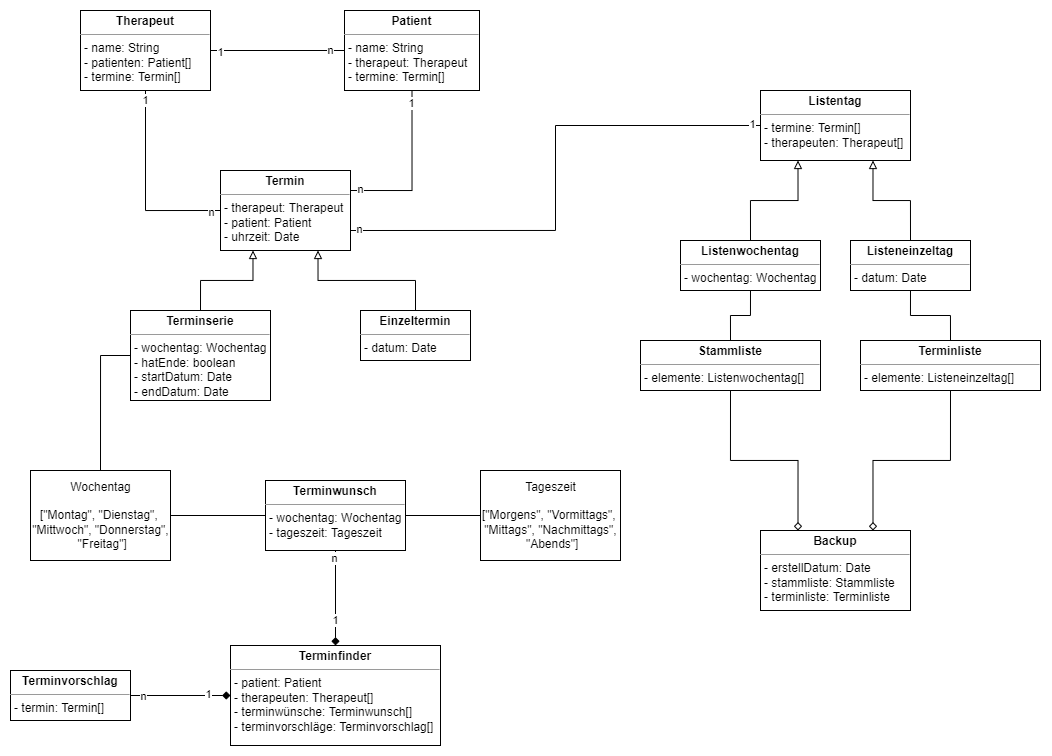
Earlier version of the draw.io export docs/systemarchitecture/Class Model.png (astrutz/physiocalendar). Source tidied: cells renumbered, new cells last; positions are measured from the earlier drawing's top-left corner, leaving out a move shared by most shapes.
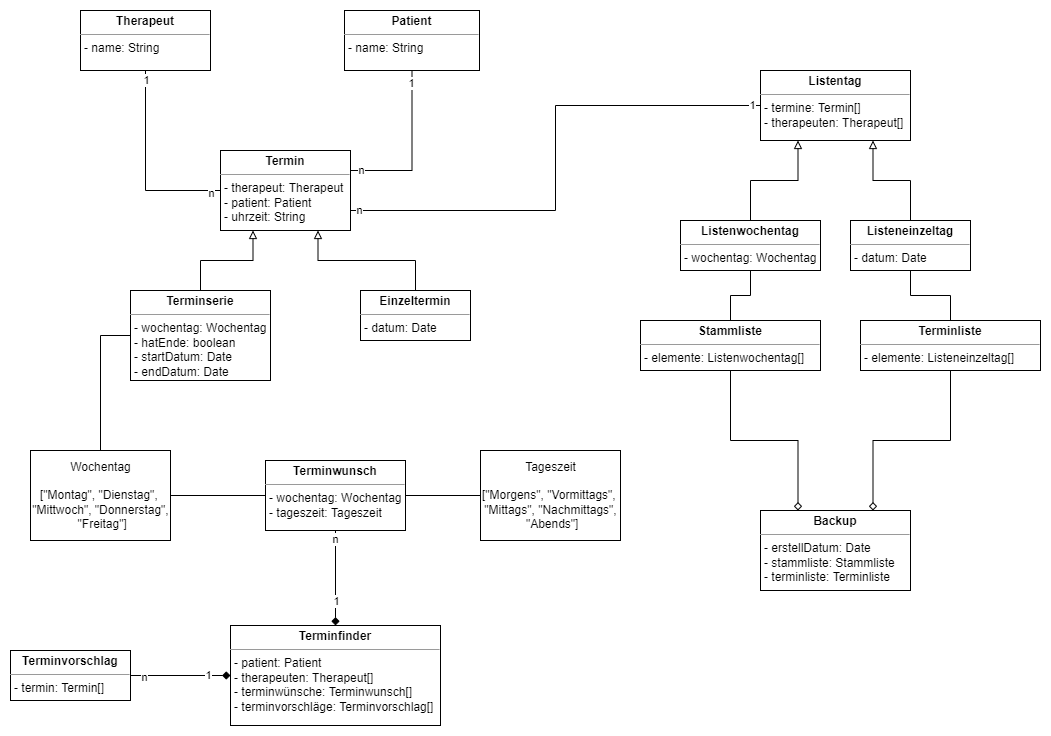
After the change.

The edit, as a diff of the source:
```diff
@@ -32,21 +32,12 @@
     <mxCell id="11" value="n" style="edgeLabel;html=1;align=center;verticalAlign=middle;" parent="9" vertex="1">
       <mxGeometry x="-0.97" y="1" relative="1" as="geometry" />
     </mxCell>
-    <mxCell id="12" value="&lt;p style=&quot;margin: 0px ; margin-top: 4px ; text-align: center&quot;&gt;&lt;b&gt;Termin&lt;/b&gt;&lt;/p&gt;&lt;hr size=&quot;1&quot;&gt;&lt;p style=&quot;margin: 0px ; margin-left: 4px&quot;&gt;- therapeut: Therapeut&lt;/p&gt;&lt;p style=&quot;margin: 0px ; margin-left: 4px&quot;&gt;- patient: Patient&lt;/p&gt;&lt;p style=&quot;margin: 0px ; margin-left: 4px&quot;&gt;- uhrzeit: Date&lt;/p&gt;&lt;p style=&quot;margin: 0px ; margin-left: 4px&quot;&gt;&lt;br&gt;&lt;/p&gt;" style="verticalAlign=top;align=left;overflow=fill;fontSize=12;fontFamily=Helvetica;html=1;" parent="1" vertex="1">
+    <mxCell id="12" value="&lt;p style=&quot;margin: 0px ; margin-top: 4px ; text-align: center&quot;&gt;&lt;b&gt;Termin&lt;/b&gt;&lt;/p&gt;&lt;hr size=&quot;1&quot;&gt;&lt;p style=&quot;margin: 0px ; margin-left: 4px&quot;&gt;- therapeut: Therapeut&lt;/p&gt;&lt;p style=&quot;margin: 0px ; margin-left: 4px&quot;&gt;- patient: Patient&lt;/p&gt;&lt;p style=&quot;margin: 0px ; margin-left: 4px&quot;&gt;- uhrzeit: String&lt;/p&gt;&lt;p style=&quot;margin: 0px ; margin-left: 4px&quot;&gt;&lt;br&gt;&lt;/p&gt;" style="verticalAlign=top;align=left;overflow=fill;fontSize=12;fontFamily=Helvetica;html=1;" parent="1" vertex="1">
       <mxGeometry x="210" y="160" width="130" height="80" as="geometry" />
     </mxCell>
-    <mxCell id="13" value="&lt;p style=&quot;margin: 0px ; margin-top: 4px ; text-align: center&quot;&gt;&lt;b&gt;Patient&lt;/b&gt;&lt;/p&gt;&lt;hr size=&quot;1&quot;&gt;&lt;p style=&quot;margin: 0px ; margin-left: 4px&quot;&gt;- name: String&lt;/p&gt;&lt;p style=&quot;margin: 0px ; margin-left: 4px&quot;&gt;- therapeut: Therapeut&lt;/p&gt;&lt;p style=&quot;margin: 0px ; margin-left: 4px&quot;&gt;- termine: Termin[]&lt;/p&gt;&lt;p style=&quot;margin: 0px ; margin-left: 4px&quot;&gt;&lt;br&gt;&lt;/p&gt;" style="verticalAlign=top;align=left;overflow=fill;fontSize=12;fontFamily=Helvetica;html=1;" parent="1" vertex="1">
-      <mxGeometry x="334" width="135" height="80" as="geometry" />
+    <mxCell id="13" value="&lt;p style=&quot;margin: 0px ; margin-top: 4px ; text-align: center&quot;&gt;&lt;b&gt;Patient&lt;/b&gt;&lt;/p&gt;&lt;hr size=&quot;1&quot;&gt;&lt;p style=&quot;margin: 0px ; margin-left: 4px&quot;&gt;- name: String&lt;/p&gt;" style="verticalAlign=top;align=left;overflow=fill;fontSize=12;fontFamily=Helvetica;html=1;" parent="1" vertex="1">
+      <mxGeometry x="334" y="20" width="135" height="60" as="geometry" />
     </mxCell>
-    <mxCell id="14" style="edgeStyle=orthogonalEdgeStyle;rounded=0;jettySize=auto;html=1;entryX=0;entryY=0.5;entryDx=0;entryDy=0;endArrow=none;endFill=0;" parent="1" edge="1" source="20" target="13">
-      <mxGeometry relative="1" as="geometry" />
-    </mxCell>
-    <mxCell id="15" value="n" style="edgeLabel;html=1;align=center;verticalAlign=middle;" parent="14" vertex="1">
-      <mxGeometry x="0.79" relative="1" as="geometry" />
-    </mxCell>
-    <mxCell id="16" value="1" style="edgeLabel;html=1;align=center;verticalAlign=middle;" parent="14" vertex="1">
-      <mxGeometry x="-0.86" y="-2" relative="1" as="geometry" />
-    </mxCell>
     <mxCell id="17" style="edgeStyle=orthogonalEdgeStyle;rounded=0;jettySize=auto;html=1;exitX=0.5;exitY=1;exitDx=0;exitDy=0;entryX=0;entryY=0.5;entryDx=0;entryDy=0;endArrow=none;endFill=0;" parent="1" edge="1" source="20" target="12">
       <mxGeometry relative="1" as="geometry" />
     </mxCell>
@@ -56,8 +47,8 @@
     <mxCell id="19" value="n" style="edgeLabel;html=1;align=center;verticalAlign=middle;" parent="17" vertex="1">
       <mxGeometry x="0.9" y="-2" relative="1" as="geometry" />
     </mxCell>
-    <mxCell id="20" value="&lt;p style=&quot;margin: 0px ; margin-top: 4px ; text-align: center&quot;&gt;&lt;b&gt;Therapeut&lt;/b&gt;&lt;/p&gt;&lt;hr size=&quot;1&quot;&gt;&lt;p style=&quot;margin: 0px ; margin-left: 4px&quot;&gt;- name: String&lt;/p&gt;&lt;p style=&quot;margin: 0px ; margin-left: 4px&quot;&gt;- patienten: Patient[]&lt;/p&gt;&lt;p style=&quot;margin: 0px ; margin-left: 4px&quot;&gt;- termine: Termin[]&lt;/p&gt;&lt;p style=&quot;margin: 0px ; margin-left: 4px&quot;&gt;&lt;br&gt;&lt;/p&gt;" style="verticalAlign=top;align=left;overflow=fill;fontSize=12;fontFamily=Helvetica;html=1;" parent="1" vertex="1">
-      <mxGeometry x="70" width="130" height="80" as="geometry" />
+    <mxCell id="20" value="&lt;p style=&quot;margin: 0px ; margin-top: 4px ; text-align: center&quot;&gt;&lt;b&gt;Therapeut&lt;/b&gt;&lt;/p&gt;&lt;hr size=&quot;1&quot;&gt;&lt;p style=&quot;margin: 0px ; margin-left: 4px&quot;&gt;- name: String&lt;/p&gt;&lt;p style=&quot;margin: 0px ; margin-left: 4px&quot;&gt;&lt;br&gt;&lt;/p&gt;" style="verticalAlign=top;align=left;overflow=fill;fontSize=12;fontFamily=Helvetica;html=1;" parent="1" vertex="1">
+      <mxGeometry x="70" y="20" width="130" height="60" as="geometry" />
     </mxCell>
     <mxCell id="21" value="&lt;p style=&quot;margin: 0px ; margin-top: 4px ; text-align: center&quot;&gt;&lt;b&gt;Einzeltermin&lt;/b&gt;&lt;/p&gt;&lt;hr size=&quot;1&quot;&gt;&lt;p style=&quot;margin: 0px ; margin-left: 4px&quot;&gt;&lt;span&gt;- datum: Date&lt;/span&gt;&lt;br&gt;&lt;/p&gt;&lt;p style=&quot;margin: 0px ; margin-left: 4px&quot;&gt;&lt;br&gt;&lt;/p&gt;" style="verticalAlign=top;align=left;overflow=fill;fontSize=12;fontFamily=Helvetica;html=1;" parent="1" vertex="1">
       <mxGeometry x="350" y="300" width="110" height="50" as="geometry" />
```
